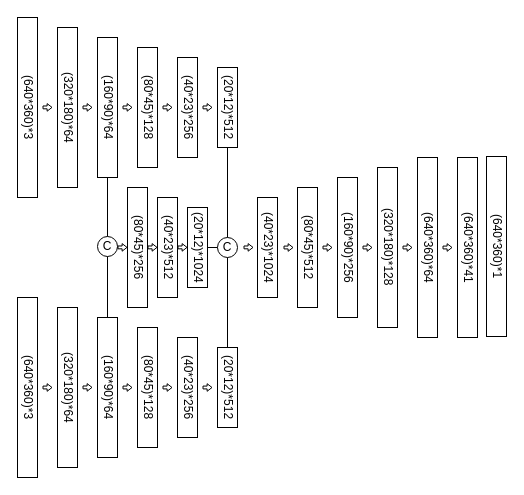
Before: Diagramme sans nom.drawio in HoangHongNgo/examples, a draw.io diagram. Source tidied: cells renumbered, new cells numbered last; positions are measured from the earlier drawing's top-left corner, leaving out a move shared by most shapes. Both pictures are drawn from the tidied source at 100%, with x=0, y=0 at pixel (17, 17).
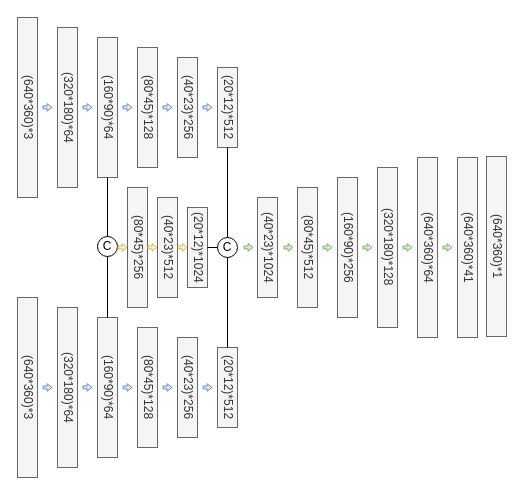
Above is the later version.

What changed in the source:
```diff
@@
-    <mxCell id="2" value="(640*360)*3" style="rounded=0;whiteSpace=wrap;html=1;textDirection=vertical-lr;" parent="1" vertex="1">
+    <mxCell id="2" value="(640*360)*3" style="rounded=0;whiteSpace=wrap;html=1;textDirection=vertical-lr;fillColor=#f5f5f5;fontColor=#333333;strokeColor=#666666;" parent="1" vertex="1">
       <mxGeometry width="20" height="180" as="geometry" />
     </mxCell>
-    <mxCell id="3" value="(320*180)*64" style="rounded=0;whiteSpace=wrap;html=1;textDirection=vertical-lr;" parent="1" vertex="1">
+    <mxCell id="3" value="(320*180)*64" style="rounded=0;whiteSpace=wrap;html=1;textDirection=vertical-lr;fillColor=#f5f5f5;fontColor=#333333;strokeColor=#666666;" parent="1" vertex="1">
       <mxGeometry x="40" y="10" width="20" height="160" as="geometry" />
     </mxCell>
-    <mxCell id="4" value="(160*90)*64" style="rounded=0;whiteSpace=wrap;html=1;textDirection=vertical-lr;" parent="1" vertex="1">
+    <mxCell id="4" value="(160*90)*64" style="rounded=0;whiteSpace=wrap;html=1;textDirection=vertical-lr;fillColor=#f5f5f5;fontColor=#333333;strokeColor=#666666;" parent="1" vertex="1">
       <mxGeometry x="80" y="20" width="20" height="140" as="geometry" />
     </mxCell>
-    <mxCell id="5" value="(80*45)*128" style="rounded=0;whiteSpace=wrap;html=1;textDirection=vertical-lr;" parent="1" vertex="1">
+    <mxCell id="5" value="(80*45)*128" style="rounded=0;whiteSpace=wrap;html=1;textDirection=vertical-lr;fillColor=#f5f5f5;fontColor=#333333;strokeColor=#666666;" parent="1" vertex="1">
       <mxGeometry x="120" y="30" width="20" height="120" as="geometry" />
     </mxCell>
-    <mxCell id="6" value="(40*23)*256" style="rounded=0;whiteSpace=wrap;html=1;textDirection=vertical-lr;" parent="1" vertex="1">
+    <mxCell id="6" value="(40*23)*256" style="rounded=0;whiteSpace=wrap;html=1;textDirection=vertical-lr;fillColor=#f5f5f5;fontColor=#333333;strokeColor=#666666;" parent="1" vertex="1">
       <mxGeometry x="160" y="40" width="20" height="100" as="geometry" />
     </mxCell>
-    <mxCell id="7" value="(640*360)*3" style="rounded=0;whiteSpace=wrap;html=1;textDirection=vertical-lr;" parent="1" vertex="1">
+    <mxCell id="7" value="(640*360)*3" style="rounded=0;whiteSpace=wrap;html=1;textDirection=vertical-lr;fillColor=#f5f5f5;fontColor=#333333;strokeColor=#666666;" parent="1" vertex="1">
       <mxGeometry y="280" width="20" height="180" as="geometry" />
     </mxCell>
-    <mxCell id="8" value="(320*180)*64" style="rounded=0;whiteSpace=wrap;html=1;textDirection=vertical-lr;" parent="1" vertex="1">
+    <mxCell id="8" value="(320*180)*64" style="rounded=0;whiteSpace=wrap;html=1;textDirection=vertical-lr;fillColor=#f5f5f5;fontColor=#333333;strokeColor=#666666;" parent="1" vertex="1">
       <mxGeometry x="40" y="290" width="20" height="160" as="geometry" />
     </mxCell>
-    <mxCell id="9" value="(160*90)*64" style="rounded=0;whiteSpace=wrap;html=1;textDirection=vertical-lr;" parent="1" vertex="1">
+    <mxCell id="9" value="(160*90)*64" style="rounded=0;whiteSpace=wrap;html=1;textDirection=vertical-lr;fillColor=#f5f5f5;fontColor=#333333;strokeColor=#666666;" parent="1" vertex="1">
       <mxGeometry x="80" y="300" width="20" height="140" as="geometry" />
     </mxCell>
-    <mxCell id="10" value="(80*45)*128" style="rounded=0;whiteSpace=wrap;html=1;textDirection=vertical-lr;" parent="1" vertex="1">
+    <mxCell id="10" value="(80*45)*128" style="rounded=0;whiteSpace=wrap;html=1;textDirection=vertical-lr;fillColor=#f5f5f5;fontColor=#333333;strokeColor=#666666;" parent="1" vertex="1">
       <mxGeometry x="120" y="310" width="20" height="120" as="geometry" />
     </mxCell>
-    <mxCell id="11" value="(40*23)*256" style="rounded=0;whiteSpace=wrap;html=1;textDirection=vertical-lr;" parent="1" vertex="1">
+    <mxCell id="11" value="(40*23)*256" style="rounded=0;whiteSpace=wrap;html=1;textDirection=vertical-lr;fillColor=#f5f5f5;fontColor=#333333;strokeColor=#666666;" parent="1" vertex="1">
       <mxGeometry x="160" y="320" width="20" height="100" as="geometry" />
     </mxCell>
-    <mxCell id="12" value="(20*12)*512" style="rounded=0;whiteSpace=wrap;html=1;textDirection=vertical-lr;" parent="1" vertex="1">
+    <mxCell id="12" value="(20*12)*512" style="rounded=0;whiteSpace=wrap;html=1;textDirection=vertical-lr;fillColor=#f5f5f5;fontColor=#333333;strokeColor=#666666;" parent="1" vertex="1">
       <mxGeometry x="200" y="50" width="20" height="80" as="geometry" />
     </mxCell>
-    <mxCell id="13" value="(20*12)*512" style="rounded=0;whiteSpace=wrap;html=1;textDirection=vertical-lr;" parent="1" vertex="1">
+    <mxCell id="13" value="(20*12)*512" style="rounded=0;whiteSpace=wrap;html=1;textDirection=vertical-lr;fillColor=#f5f5f5;fontColor=#333333;strokeColor=#666666;" parent="1" vertex="1">
       <mxGeometry x="200" y="330" width="20" height="80" as="geometry" />
     </mxCell>
@@
-    <mxCell id="17" value="(80*45)*256" style="rounded=0;whiteSpace=wrap;html=1;textDirection=vertical-lr;" parent="1" vertex="1">
+    <mxCell id="17" value="(80*45)*256" style="rounded=0;whiteSpace=wrap;html=1;textDirection=vertical-lr;fillColor=#f5f5f5;fontColor=#333333;strokeColor=#666666;" parent="1" vertex="1">
       <mxGeometry x="110" y="170" width="20" height="120" as="geometry" />
     </mxCell>
-    <mxCell id="18" value="(40*23)*512" style="rounded=0;whiteSpace=wrap;html=1;textDirection=vertical-lr;" parent="1" vertex="1">
+    <mxCell id="18" value="(40*23)*512" style="rounded=0;whiteSpace=wrap;html=1;textDirection=vertical-lr;fillColor=#f5f5f5;fontColor=#333333;strokeColor=#666666;" parent="1" vertex="1">
       <mxGeometry x="140" y="180" width="20" height="100" as="geometry" />
     </mxCell>
-    <mxCell id="19" value="(20*12)*1024" style="rounded=0;whiteSpace=wrap;html=1;textDirection=vertical-lr;" parent="1" vertex="1">
+    <mxCell id="19" value="(20*12)*1024" style="rounded=0;whiteSpace=wrap;html=1;textDirection=vertical-lr;fillColor=#f5f5f5;fontColor=#333333;strokeColor=#666666;" parent="1" vertex="1">
       <mxGeometry x="170" y="190" width="20" height="80" as="geometry" />
     </mxCell>
@@
-    <mxCell id="23" value="(40*23)*1024" style="rounded=0;whiteSpace=wrap;html=1;textDirection=vertical-lr;" parent="1" vertex="1">
+    <mxCell id="23" value="(40*23)*1024" style="rounded=0;whiteSpace=wrap;html=1;textDirection=vertical-lr;fillColor=#f5f5f5;fontColor=#333333;strokeColor=#666666;" parent="1" vertex="1">
       <mxGeometry x="240" y="180" width="20" height="100" as="geometry" />
     </mxCell>
-    <mxCell id="24" value="(80*45)*512" style="rounded=0;whiteSpace=wrap;html=1;textDirection=vertical-lr;" parent="1" vertex="1">
+    <mxCell id="24" value="(80*45)*512" style="rounded=0;whiteSpace=wrap;html=1;textDirection=vertical-lr;fillColor=#f5f5f5;fontColor=#333333;strokeColor=#666666;" parent="1" vertex="1">
       <mxGeometry x="280" y="170" width="20" height="120" as="geometry" />
     </mxCell>
-    <mxCell id="25" value="(160*90)*256" style="rounded=0;whiteSpace=wrap;html=1;textDirection=vertical-lr;" parent="1" vertex="1">
+    <mxCell id="25" value="(160*90)*256" style="rounded=0;whiteSpace=wrap;html=1;textDirection=vertical-lr;fillColor=#f5f5f5;fontColor=#333333;strokeColor=#666666;" parent="1" vertex="1">
       <mxGeometry x="320" y="160" width="20" height="140" as="geometry" />
     </mxCell>
-    <mxCell id="26" value="(320*180)*128" style="rounded=0;whiteSpace=wrap;html=1;textDirection=vertical-lr;" parent="1" vertex="1">
+    <mxCell id="26" value="(320*180)*128" style="rounded=0;whiteSpace=wrap;html=1;textDirection=vertical-lr;fillColor=#f5f5f5;fontColor=#333333;strokeColor=#666666;" parent="1" vertex="1">
       <mxGeometry x="360" y="150" width="20" height="160" as="geometry" />
     </mxCell>
-    <mxCell id="27" value="(640*360)*64" style="rounded=0;whiteSpace=wrap;html=1;textDirection=vertical-lr;" parent="1" vertex="1">
+    <mxCell id="27" value="(640*360)*64" style="rounded=0;whiteSpace=wrap;html=1;textDirection=vertical-lr;fillColor=#f5f5f5;fontColor=#333333;strokeColor=#666666;" parent="1" vertex="1">
       <mxGeometry x="400" y="140" width="20" height="180" as="geometry" />
     </mxCell>
-    <mxCell id="28" value="(640*360)*41" style="rounded=0;whiteSpace=wrap;html=1;textDirection=vertical-lr;" parent="1" vertex="1">
+    <mxCell id="28" value="(640*360)*41" style="rounded=0;whiteSpace=wrap;html=1;textDirection=vertical-lr;fillColor=#f5f5f5;fontColor=#333333;strokeColor=#666666;" parent="1" vertex="1">
       <mxGeometry x="440" y="140" width="20" height="180" as="geometry" />
     </mxCell>
-    <mxCell id="29" style="shape=flexArrow;endArrow=classic;html=1;rounded=0;endWidth=3.7373737373737366;endSize=1.293283582089552;width=2.835820895522388;textDirection=vertical-lr;" parent="1" edge="1">
+    <mxCell id="29" style="shape=flexArrow;endArrow=classic;html=1;rounded=0;endWidth=3.7373737373737366;endSize=1.293283582089552;width=2.835820895522388;textDirection=vertical-lr;fillColor=#d5e8d4;strokeColor=#82b366;" parent="1" edge="1">
       <mxGeometry relative="1" as="geometry">
         <mxPoint x="266" y="230" as="sourcePoint" />
         <mxPoint x="276" y="230" as="targetPoint" />
       </mxGeometry>
     </mxCell>
-    <mxCell id="30" style="shape=flexArrow;endArrow=classic;html=1;rounded=0;endWidth=3.7373737373737366;endSize=1.293283582089552;width=2.835820895522388;" parent="1" edge="1">
+    <mxCell id="30" style="shape=flexArrow;endArrow=classic;html=1;rounded=0;endWidth=3.7373737373737366;endSize=1.293283582089552;width=2.835820895522388;fillColor=#fff2cc;strokeColor=#d6b656;" parent="1" edge="1">
       <mxGeometry relative="1" as="geometry">
         <mxPoint x="100" y="229.9" as="sourcePoint" />
         <mxPoint x="110" y="229.9" as="targetPoint" />
       </mxGeometry>
     </mxCell>
-    <mxCell id="31" style="shape=flexArrow;endArrow=classic;html=1;rounded=0;endWidth=3.7373737373737366;endSize=1.293283582089552;width=2.835820895522388;textDirection=vertical-lr;" parent="1" edge="1">
+    <mxCell id="31" style="shape=flexArrow;endArrow=classic;html=1;rounded=0;endWidth=3.7373737373737366;endSize=1.293283582089552;width=2.835820895522388;textDirection=vertical-lr;fillColor=#fff2cc;strokeColor=#d6b656;" parent="1" edge="1">
       <mxGeometry relative="1" as="geometry">
         <mxPoint x="130" y="229.9" as="sourcePoint" />
         <mxPoint x="140" y="229.9" as="targetPoint" />
       </mxGeometry>
     </mxCell>
-    <mxCell id="32" style="shape=flexArrow;endArrow=classic;html=1;rounded=0;endWidth=3.7373737373737366;endSize=1.293283582089552;width=2.835820895522388;textDirection=vertical-lr;" parent="1" edge="1">
+    <mxCell id="32" style="shape=flexArrow;endArrow=classic;html=1;rounded=0;endWidth=3.7373737373737366;endSize=1.293283582089552;width=2.835820895522388;textDirection=vertical-lr;fillColor=#fff2cc;strokeColor=#d6b656;" parent="1" edge="1">
       <mxGeometry relative="1" as="geometry">
         <mxPoint x="160" y="229.9" as="sourcePoint" />
         <mxPoint x="170" y="229.9" as="targetPoint" />
       </mxGeometry>
     </mxCell>
-    <mxCell id="33" style="shape=flexArrow;endArrow=classic;html=1;rounded=0;endWidth=3.7373737373737366;endSize=1.293283582089552;width=2.835820895522388;textDirection=vertical-lr;" parent="1" edge="1">
+    <mxCell id="33" style="shape=flexArrow;endArrow=classic;html=1;rounded=0;endWidth=3.7373737373737366;endSize=1.293283582089552;width=2.835820895522388;textDirection=vertical-lr;fillColor=#dae8fc;strokeColor=#6c8ebf;" parent="1" edge="1">
       <mxGeometry relative="1" as="geometry">
         <mxPoint x="25" y="370" as="sourcePoint" />
         <mxPoint x="35" y="370" as="targetPoint" />
       </mxGeometry>
     </mxCell>
-    <mxCell id="34" style="shape=flexArrow;endArrow=classic;html=1;rounded=0;endWidth=3.7373737373737366;endSize=1.293283582089552;width=2.835820895522388;textDirection=vertical-lr;" parent="1" edge="1">
+    <mxCell id="34" style="shape=flexArrow;endArrow=classic;html=1;rounded=0;endWidth=3.7373737373737366;endSize=1.293283582089552;width=2.835820895522388;textDirection=vertical-lr;fillColor=#dae8fc;strokeColor=#6c8ebf;" parent="1" edge="1">
       <mxGeometry relative="1" as="geometry">
         <mxPoint x="65" y="369.9" as="sourcePoint" />
         <mxPoint x="75" y="369.9" as="targetPoint" />
       </mxGeometry>
     </mxCell>
-    <mxCell id="35" style="shape=flexArrow;endArrow=classic;html=1;rounded=0;endWidth=3.7373737373737366;endSize=1.293283582089552;width=2.835820895522388;textDirection=vertical-lr;" parent="1" edge="1">
+    <mxCell id="35" style="shape=flexArrow;endArrow=classic;html=1;rounded=0;endWidth=3.7373737373737366;endSize=1.293283582089552;width=2.835820895522388;textDirection=vertical-lr;fillColor=#dae8fc;strokeColor=#6c8ebf;" parent="1" edge="1">
       <mxGeometry relative="1" as="geometry">
         <mxPoint x="105" y="370" as="sourcePoint" />
         <mxPoint x="115" y="370" as="targetPoint" />
       </mxGeometry>
     </mxCell>
-    <mxCell id="36" style="shape=flexArrow;endArrow=classic;html=1;rounded=0;endWidth=3.7373737373737366;endSize=1.293283582089552;width=2.835820895522388;textDirection=vertical-lr;" parent="1" edge="1">
+    <mxCell id="36" style="shape=flexArrow;endArrow=classic;html=1;rounded=0;endWidth=3.7373737373737366;endSize=1.293283582089552;width=2.835820895522388;textDirection=vertical-lr;fillColor=#dae8fc;strokeColor=#6c8ebf;" parent="1" edge="1">
       <mxGeometry relative="1" as="geometry">
         <mxPoint x="145" y="370" as="sourcePoint" />
         <mxPoint x="155" y="370" as="targetPoint" />
       </mxGeometry>
     </mxCell>
-    <mxCell id="37" style="shape=flexArrow;endArrow=classic;html=1;rounded=0;endWidth=3.7373737373737366;endSize=1.293283582089552;width=2.835820895522388;textDirection=vertical-lr;" parent="1" edge="1">
+    <mxCell id="37" style="shape=flexArrow;endArrow=classic;html=1;rounded=0;endWidth=3.7373737373737366;endSize=1.293283582089552;width=2.835820895522388;textDirection=vertical-lr;fillColor=#dae8fc;strokeColor=#6c8ebf;" parent="1" edge="1">
       <mxGeometry relative="1" as="geometry">
         <mxPoint x="185" y="370" as="sourcePoint" />
         <mxPoint x="195" y="370" as="targetPoint" />
       </mxGeometry>
     </mxCell>
-    <mxCell id="38" style="shape=flexArrow;endArrow=classic;html=1;rounded=0;endWidth=3.7373737373737366;endSize=1.293283582089552;width=2.835820895522388;textDirection=vertical-lr;" parent="1" edge="1">
+    <mxCell id="38" style="shape=flexArrow;endArrow=classic;html=1;rounded=0;endWidth=3.7373737373737366;endSize=1.293283582089552;width=2.835820895522388;textDirection=vertical-lr;fillColor=#dae8fc;strokeColor=#6c8ebf;" parent="1" edge="1">
       <mxGeometry relative="1" as="geometry">
         <mxPoint x="25" y="89.9" as="sourcePoint" />
         <mxPoint x="35" y="89.9" as="targetPoint" />
       </mxGeometry>
     </mxCell>
-    <mxCell id="39" style="shape=flexArrow;endArrow=classic;html=1;rounded=0;endWidth=3.7373737373737366;endSize=1.293283582089552;width=2.835820895522388;textDirection=vertical-lr;" parent="1" edge="1">
+    <mxCell id="39" style="shape=flexArrow;endArrow=classic;html=1;rounded=0;endWidth=3.7373737373737366;endSize=1.293283582089552;width=2.835820895522388;textDirection=vertical-lr;fillColor=#dae8fc;strokeColor=#6c8ebf;" parent="1" edge="1">
       <mxGeometry relative="1" as="geometry">
         <mxPoint x="65" y="89.9" as="sourcePoint" />
         <mxPoint x="75" y="89.9" as="targetPoint" />
       </mxGeometry>
     </mxCell>
-    <mxCell id="40" style="shape=flexArrow;endArrow=classic;html=1;rounded=0;endWidth=3.7373737373737366;endSize=1.293283582089552;width=2.835820895522388;textDirection=vertical-lr;" parent="1" edge="1">
+    <mxCell id="40" style="shape=flexArrow;endArrow=classic;html=1;rounded=0;endWidth=3.7373737373737366;endSize=1.293283582089552;width=2.835820895522388;textDirection=vertical-lr;fillColor=#dae8fc;strokeColor=#6c8ebf;" parent="1" edge="1">
       <mxGeometry relative="1" as="geometry">
         <mxPoint x="105" y="89.9" as="sourcePoint" />
         <mxPoint x="115" y="89.9" as="targetPoint" />
       </mxGeometry>
     </mxCell>
-    <mxCell id="41" style="shape=flexArrow;endArrow=classic;html=1;rounded=0;endWidth=3.7373737373737366;endSize=1.293283582089552;width=2.835820895522388;textDirection=vertical-lr;" parent="1" edge="1">
+    <mxCell id="41" style="shape=flexArrow;endArrow=classic;html=1;rounded=0;endWidth=3.7373737373737366;endSize=1.293283582089552;width=2.835820895522388;textDirection=vertical-lr;fillColor=#dae8fc;strokeColor=#6c8ebf;" parent="1" edge="1">
       <mxGeometry relative="1" as="geometry">
         <mxPoint x="145" y="89.9" as="sourcePoint" />
         <mxPoint x="155" y="89.9" as="targetPoint" />
       </mxGeometry>
     </mxCell>
-    <mxCell id="42" style="shape=flexArrow;endArrow=classic;html=1;rounded=0;endWidth=3.7373737373737366;endSize=1.293283582089552;width=2.835820895522388;textDirection=vertical-lr;" parent="1" edge="1">
+    <mxCell id="42" style="shape=flexArrow;endArrow=classic;html=1;rounded=0;endWidth=3.7373737373737366;endSize=1.293283582089552;width=2.835820895522388;textDirection=vertical-lr;fillColor=#dae8fc;strokeColor=#6c8ebf;" parent="1" edge="1">
       <mxGeometry relative="1" as="geometry">
         <mxPoint x="185" y="89.9" as="sourcePoint" />
         <mxPoint x="195" y="89.9" as="targetPoint" />
       </mxGeometry>
     </mxCell>
-    <mxCell id="43" style="shape=flexArrow;endArrow=classic;html=1;rounded=0;endWidth=3.7373737373737366;endSize=1.293283582089552;width=2.835820895522388;" parent="1" edge="1">
+    <mxCell id="43" style="shape=flexArrow;endArrow=classic;html=1;rounded=0;endWidth=3.7373737373737366;endSize=1.293283582089552;width=2.835820895522388;fillColor=#d5e8d4;strokeColor=#82b366;" parent="1" edge="1">
       <mxGeometry relative="1" as="geometry">
         <mxPoint x="226" y="229.9" as="sourcePoint" />
         <mxPoint x="236" y="229.9" as="targetPoint" />
       </mxGeometry>
     </mxCell>
-    <mxCell id="44" style="shape=flexArrow;endArrow=classic;html=1;rounded=0;endWidth=3.7373737373737366;endSize=1.293283582089552;width=2.835820895522388;textDirection=vertical-lr;" parent="1" edge="1">
+    <mxCell id="44" style="shape=flexArrow;endArrow=classic;html=1;rounded=0;endWidth=3.7373737373737366;endSize=1.293283582089552;width=2.835820895522388;textDirection=vertical-lr;fillColor=#d5e8d4;strokeColor=#82b366;" parent="1" edge="1">
       <mxGeometry relative="1" as="geometry">
         <mxPoint x="305" y="230" as="sourcePoint" />
         <mxPoint x="315" y="230" as="targetPoint" />
       </mxGeometry>
     </mxCell>
-    <mxCell id="45" style="shape=flexArrow;endArrow=classic;html=1;rounded=0;endWidth=3.7373737373737366;endSize=1.293283582089552;width=2.835820895522388;textDirection=vertical-lr;" parent="1" edge="1">
+    <mxCell id="45" style="shape=flexArrow;endArrow=classic;html=1;rounded=0;endWidth=3.7373737373737366;endSize=1.293283582089552;width=2.835820895522388;textDirection=vertical-lr;fillColor=#d5e8d4;strokeColor=#82b366;" parent="1" edge="1">
       <mxGeometry relative="1" as="geometry">
         <mxPoint x="345" y="230" as="sourcePoint" />
         <mxPoint x="355" y="230" as="targetPoint" />
       </mxGeometry>
     </mxCell>
-    <mxCell id="46" style="shape=flexArrow;endArrow=classic;html=1;rounded=0;endWidth=3.7373737373737366;endSize=1.293283582089552;width=2.835820895522388;textDirection=vertical-lr;" parent="1" edge="1">
+    <mxCell id="46" style="shape=flexArrow;endArrow=classic;html=1;rounded=0;endWidth=3.7373737373737366;endSize=1.293283582089552;width=2.835820895522388;textDirection=vertical-lr;fillColor=#d5e8d4;strokeColor=#82b366;" parent="1" edge="1">
       <mxGeometry relative="1" as="geometry">
         <mxPoint x="385" y="230" as="sourcePoint" />
         <mxPoint x="395" y="230" as="targetPoint" />
       </mxGeometry>
     </mxCell>
-    <mxCell id="47" style="shape=flexArrow;endArrow=classic;html=1;rounded=0;endWidth=3.7373737373737366;endSize=1.293283582089552;width=2.835820895522388;textDirection=vertical-lr;" parent="1" edge="1">
+    <mxCell id="47" style="shape=flexArrow;endArrow=classic;html=1;rounded=0;endWidth=3.7373737373737366;endSize=1.293283582089552;width=2.835820895522388;textDirection=vertical-lr;fillColor=#d5e8d4;strokeColor=#82b366;" parent="1" edge="1">
       <mxGeometry relative="1" as="geometry">
         <mxPoint x="425" y="230" as="sourcePoint" />
         <mxPoint x="435" y="230" as="targetPoint" />
       </mxGeometry>
     </mxCell>
@@
-    <mxCell id="49" value="(640*360)*1" style="rounded=0;whiteSpace=wrap;html=1;textDirection=vertical-lr;" parent="1" vertex="1">
+    <mxCell id="49" value="(640*360)*1" style="rounded=0;whiteSpace=wrap;html=1;textDirection=vertical-lr;fillColor=#f5f5f5;fontColor=#333333;strokeColor=#666666;" parent="1" vertex="1">
       <mxGeometry x="469" y="139" width="20" height="180" as="geometry" />
     </mxCell>
```
